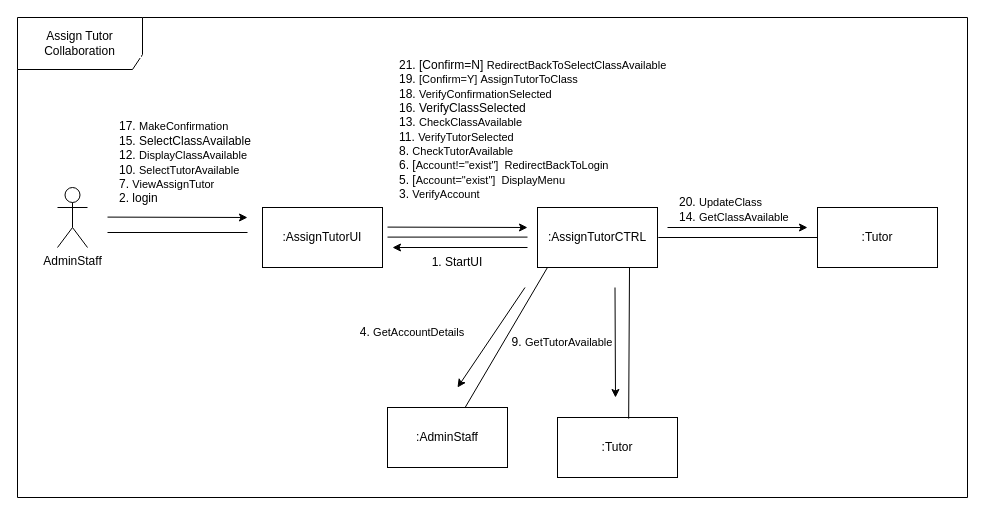
Above: page "CollaborationDiagram" (2 of 2) of OOAD DIAGRAM/SequenceDiagram.drawio in Jerald13/SemV2-Drawio (draw.io), before the change. Source tidied: cells renumbered, new cells numbered last; positions are measured from the earlier drawing's top-left corner, leaving out a move shared by most shapes. Both pictures are drawn from the tidied source at 100%, with x=0, y=0 at pixel (17, 17).
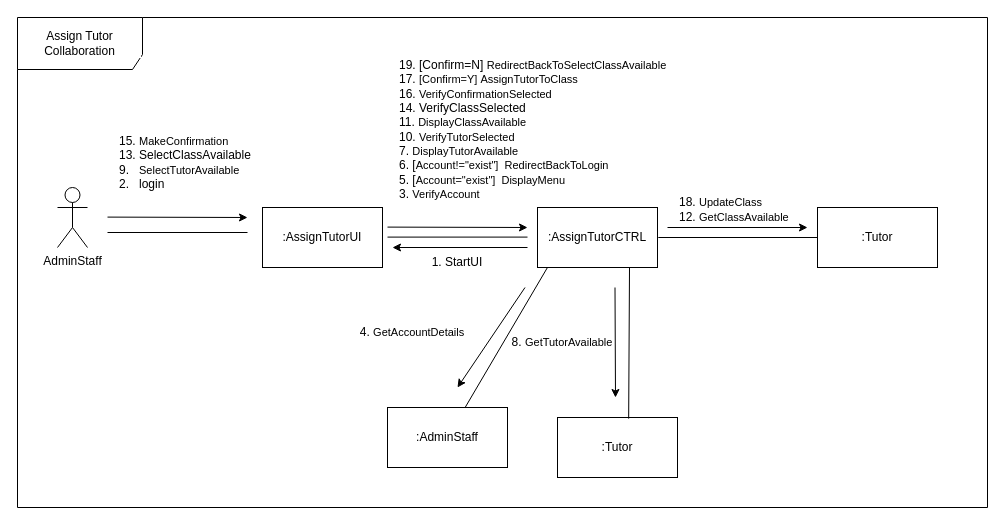
After the change.

Change to the diagram source:
```diff
@@
-    <mxCell id="18" value="9.&amp;nbsp;&lt;span style=&quot;font-size: 11px; background-color: rgb(255, 255, 255);&quot;&gt;GetTutorAvailable&lt;/span&gt;" style="text;html=1;strokeColor=none;fillColor=none;align=center;verticalAlign=middle;whiteSpace=wrap;rounded=0;" parent="1" vertex="1">
+    <mxCell id="18" value="8.&amp;nbsp;&lt;span style=&quot;font-size: 11px; background-color: rgb(255, 255, 255);&quot;&gt;GetTutorAvailable&lt;/span&gt;" style="text;html=1;strokeColor=none;fillColor=none;align=center;verticalAlign=middle;whiteSpace=wrap;rounded=0;" parent="1" vertex="1">
       <mxGeometry x="490" y="310" width="110" height="30" as="geometry" />
     </mxCell>
-    <mxCell id="19" value="&lt;br&gt;20.&amp;nbsp;&lt;span style=&quot;font-size: 11px; text-align: center; background-color: rgb(255, 255, 255);&quot;&gt;UpdateClass&lt;br&gt;&lt;/span&gt;14.&amp;nbsp;&lt;span style=&quot;font-size: 11px; background-color: rgb(255, 255, 255);&quot;&gt;GetClassAvailable&lt;/span&gt;" style="text;html=1;strokeColor=none;fillColor=none;align=left;verticalAlign=middle;whiteSpace=wrap;rounded=0;" parent="1" vertex="1">
+    <mxCell id="19" value="&lt;br&gt;18.&amp;nbsp;&lt;span style=&quot;font-size: 11px; text-align: center; background-color: rgb(255, 255, 255);&quot;&gt;UpdateClass&lt;br&gt;&lt;/span&gt;12.&amp;nbsp;&lt;span style=&quot;font-size: 11px; background-color: rgb(255, 255, 255);&quot;&gt;GetClassAvailable&lt;/span&gt;" style="text;html=1;strokeColor=none;fillColor=none;align=left;verticalAlign=middle;whiteSpace=wrap;rounded=0;" parent="1" vertex="1">
       <mxGeometry x="660" y="170" width="110" height="30" as="geometry" />
     </mxCell>
-    <mxCell id="20" value="&lt;span style=&quot;text-align: center;&quot;&gt;17.&amp;nbsp;&lt;/span&gt;&lt;span style=&quot;font-size: 11px; text-align: center; background-color: rgb(255, 255, 255);&quot;&gt;MakeConfirmation&lt;br&gt;&lt;/span&gt;&lt;span style=&quot;text-align: center;&quot;&gt;15. SelectClassAvailable&lt;br&gt;&lt;/span&gt;&lt;span style=&quot;text-align: center;&quot;&gt;12.&amp;nbsp;&lt;/span&gt;&lt;span style=&quot;text-align: center; font-size: 11px; background-color: rgb(255, 255, 255);&quot;&gt;DisplayClassAvailable&lt;/span&gt;&lt;span style=&quot;text-align: center;&quot;&gt;&lt;br&gt;10.&amp;nbsp;&lt;/span&gt;&lt;span style=&quot;text-align: center; font-size: 11px; background-color: rgb(255, 255, 255);&quot;&gt;SelectTutorAvailable&lt;/span&gt;&lt;span style=&quot;text-align: center;&quot;&gt;&lt;br&gt;7.&amp;nbsp;&lt;/span&gt;&lt;span style=&quot;text-align: center; font-size: 11px; background-color: rgb(255, 255, 255);&quot;&gt;ViewAssignTutor&lt;/span&gt;&lt;br style=&quot;text-align: center;&quot;&gt;&lt;span style=&quot;text-align: center;&quot;&gt;2. login&lt;/span&gt;" style="text;html=1;strokeColor=none;fillColor=none;align=left;verticalAlign=middle;whiteSpace=wrap;rounded=0;" parent="1" vertex="1">
+    <mxCell id="20" value="&lt;span style=&quot;text-align: center;&quot;&gt;15.&amp;nbsp;&lt;/span&gt;&lt;span style=&quot;font-size: 11px; text-align: center; background-color: rgb(255, 255, 255);&quot;&gt;MakeConfirmation&lt;br&gt;&lt;/span&gt;&lt;span style=&quot;text-align: center;&quot;&gt;13. SelectClassAvailable&lt;br&gt;&lt;/span&gt;&lt;span style=&quot;text-align: center;&quot;&gt;9.&amp;nbsp; &amp;nbsp;&lt;/span&gt;&lt;span style=&quot;text-align: center; font-size: 11px; background-color: rgb(255, 255, 255);&quot;&gt;SelectTutorAvailable&lt;/span&gt;&lt;br style=&quot;text-align: center;&quot;&gt;&lt;span style=&quot;text-align: center;&quot;&gt;2.&amp;nbsp; &amp;nbsp;login&lt;/span&gt;" style="text;html=1;strokeColor=none;fillColor=none;align=left;verticalAlign=middle;whiteSpace=wrap;rounded=0;" parent="1" vertex="1">
       <mxGeometry x="100" y="100" width="200" height="90" as="geometry" />
     </mxCell>
-    <mxCell id="21" value="&lt;span style=&quot;text-align: center;&quot;&gt;&lt;br&gt;21. [Confirm=N]&amp;nbsp;&lt;/span&gt;&lt;span style=&quot;font-size: 11px; text-align: center; background-color: rgb(255, 255, 255);&quot;&gt;RedirectBackToSelectClassAvailable&lt;/span&gt;&lt;span style=&quot;text-align: center;&quot;&gt;&lt;br&gt;19.&amp;nbsp;&lt;/span&gt;&lt;span style=&quot;font-size: 11px; text-align: center; background-color: rgb(255, 255, 255);&quot;&gt;[Confirm=Y]&amp;nbsp;&lt;/span&gt;&lt;span style=&quot;font-size: 11px; text-align: center; background-color: rgb(255, 255, 255);&quot;&gt;AssignTutorToClass&lt;/span&gt;&lt;span style=&quot;text-align: center;&quot;&gt;&lt;br&gt;18.&amp;nbsp;&lt;/span&gt;&lt;span style=&quot;font-size: 11px; text-align: center; background-color: rgb(255, 255, 255);&quot;&gt;VerifyConfirmationSelected&lt;br&gt;&lt;/span&gt;&lt;span style=&quot;text-align: center;&quot;&gt;16. VerifyClassSelected&lt;br&gt;&lt;/span&gt;&lt;span style=&quot;text-align: center;&quot;&gt;13.&amp;nbsp;&lt;/span&gt;&lt;span style=&quot;text-align: center; font-size: 11px; background-color: rgb(255, 255, 255);&quot;&gt;CheckClassAvailable&lt;/span&gt;&lt;span style=&quot;text-align: center;&quot;&gt;&lt;br&gt;11.&amp;nbsp;&lt;/span&gt;&lt;span style=&quot;text-align: center; font-size: 11px; background-color: rgb(255, 255, 255);&quot;&gt;VerifyTutorSelected&lt;/span&gt;&lt;span style=&quot;text-align: center;&quot;&gt;&lt;br&gt;&lt;/span&gt;&lt;span style=&quot;text-align: center;&quot;&gt;8.&amp;nbsp;&lt;/span&gt;&lt;span style=&quot;text-align: center; font-size: 11px; background-color: rgb(255, 255, 255);&quot;&gt;CheckTutorAvailable&lt;/span&gt;&lt;span style=&quot;text-align: center;&quot;&gt;&lt;br&gt;&lt;/span&gt;&lt;span style=&quot;text-align: center;&quot;&gt;6. [&lt;/span&gt;&lt;span style=&quot;text-align: center; font-size: 11px; background-color: rgb(255, 255, 255);&quot;&gt;Account!=&quot;exist&quot;]&amp;nbsp;&amp;nbsp;&lt;/span&gt;&lt;span style=&quot;font-size: 11px; text-align: center; background-color: rgb(255, 255, 255);&quot;&gt;RedirectBackToLogin&lt;br&gt;&lt;/span&gt;&lt;span style=&quot;text-align: center;&quot;&gt;5. [&lt;/span&gt;&lt;span style=&quot;text-align: center; font-size: 11px; background-color: rgb(255, 255, 255);&quot;&gt;Account=&quot;exist&quot;]&amp;nbsp;&amp;nbsp;&lt;/span&gt;&lt;span style=&quot;text-align: center; font-size: 11px; background-color: rgb(255, 255, 255);&quot;&gt;DisplayMenu&lt;br&gt;&lt;/span&gt;&lt;span style=&quot;text-align: center;&quot;&gt;3.&amp;nbsp;&lt;/span&gt;&lt;span style=&quot;text-align: center; font-size: 11px; background-color: rgb(255, 255, 255);&quot;&gt;VerifyAccount&lt;/span&gt;" style="text;html=1;strokeColor=none;fillColor=none;align=left;verticalAlign=middle;whiteSpace=wrap;rounded=0;" parent="1" vertex="1">
+    <mxCell id="21" value="&lt;span style=&quot;text-align: center;&quot;&gt;&lt;br&gt;19. [Confirm=N]&amp;nbsp;&lt;/span&gt;&lt;span style=&quot;font-size: 11px; text-align: center; background-color: rgb(255, 255, 255);&quot;&gt;RedirectBackToSelectClassAvailable&lt;/span&gt;&lt;span style=&quot;text-align: center;&quot;&gt;&lt;br&gt;17.&amp;nbsp;&lt;/span&gt;&lt;span style=&quot;font-size: 11px; text-align: center; background-color: rgb(255, 255, 255);&quot;&gt;[Confirm=Y]&amp;nbsp;&lt;/span&gt;&lt;span style=&quot;font-size: 11px; text-align: center; background-color: rgb(255, 255, 255);&quot;&gt;AssignTutorToClass&lt;/span&gt;&lt;span style=&quot;text-align: center;&quot;&gt;&lt;br&gt;16.&amp;nbsp;&lt;/span&gt;&lt;span style=&quot;font-size: 11px; text-align: center; background-color: rgb(255, 255, 255);&quot;&gt;VerifyConfirmationSelected&lt;br&gt;&lt;/span&gt;&lt;span style=&quot;text-align: center;&quot;&gt;14. VerifyClassSelected&lt;br&gt;&lt;/span&gt;&lt;span style=&quot;text-align: center;&quot;&gt;11.&amp;nbsp;&lt;/span&gt;&lt;span style=&quot;text-align: center; font-size: 11px; background-color: rgb(255, 255, 255);&quot;&gt;DisplayClassAvailable&lt;/span&gt;&lt;span style=&quot;text-align: center;&quot;&gt;&lt;br&gt;10.&amp;nbsp;&lt;/span&gt;&lt;span style=&quot;text-align: center; font-size: 11px; background-color: rgb(255, 255, 255);&quot;&gt;VerifyTutorSelected&lt;/span&gt;&lt;span style=&quot;text-align: center;&quot;&gt;&lt;br&gt;&lt;/span&gt;&lt;span style=&quot;text-align: center;&quot;&gt;7.&amp;nbsp;&lt;/span&gt;&lt;span style=&quot;font-size: 11px; text-align: center; background-color: rgb(255, 255, 255);&quot;&gt;DisplayTutorAvailable&lt;/span&gt;&lt;span style=&quot;text-align: center;&quot;&gt;&lt;br&gt;&lt;/span&gt;&lt;span style=&quot;text-align: center;&quot;&gt;6. [&lt;/span&gt;&lt;span style=&quot;text-align: center; font-size: 11px; background-color: rgb(255, 255, 255);&quot;&gt;Account!=&quot;exist&quot;]&amp;nbsp;&amp;nbsp;&lt;/span&gt;&lt;span style=&quot;font-size: 11px; text-align: center; background-color: rgb(255, 255, 255);&quot;&gt;RedirectBackToLogin&lt;br&gt;&lt;/span&gt;&lt;span style=&quot;text-align: center;&quot;&gt;5. [&lt;/span&gt;&lt;span style=&quot;text-align: center; font-size: 11px; background-color: rgb(255, 255, 255);&quot;&gt;Account=&quot;exist&quot;]&amp;nbsp;&amp;nbsp;&lt;/span&gt;&lt;span style=&quot;text-align: center; font-size: 11px; background-color: rgb(255, 255, 255);&quot;&gt;DisplayMenu&lt;br&gt;&lt;/span&gt;&lt;span style=&quot;text-align: center;&quot;&gt;3.&amp;nbsp;&lt;/span&gt;&lt;span style=&quot;text-align: center; font-size: 11px; background-color: rgb(255, 255, 255);&quot;&gt;VerifyAccount&lt;/span&gt;" style="text;html=1;strokeColor=none;fillColor=none;align=left;verticalAlign=middle;whiteSpace=wrap;rounded=0;" parent="1" vertex="1">
       <mxGeometry x="380" y="10" width="280" height="190" as="geometry" />
     </mxCell>
@@
     <mxCell id="25" value="Assign Tutor Collaboration" style="shape=umlFrame;whiteSpace=wrap;html=1;labelBackgroundColor=#FFFFFF;width=125;height=52;" parent="1" vertex="1">
-      <mxGeometry width="950" height="480" as="geometry" />
+      <mxGeometry width="970" height="490" as="geometry" />
     </mxCell>
```
